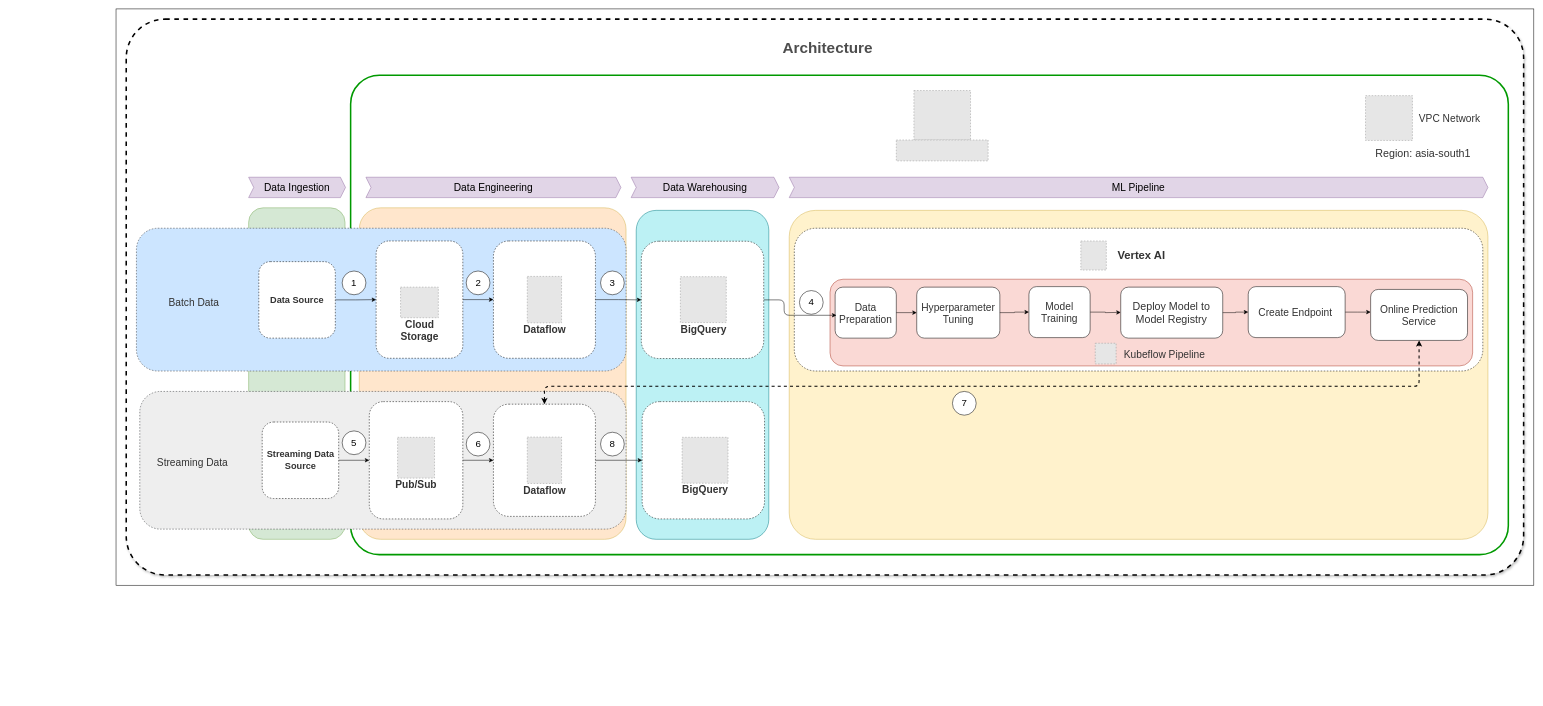
Above: ML Ops Architecture.drawio in adityasolanki205/Architecture_diagrams (draw.io), before the change. Source tidied: cells renumbered, new cells numbered last; positions are measured from the earlier drawing's top-left corner, leaving out a move shared by most shapes. Both pictures are drawn from the tidied source at 51%, with x=0, y=0 at pixel (116, 9). Pictures stored in the file or linked from it are replaced by grey dashed boxes.
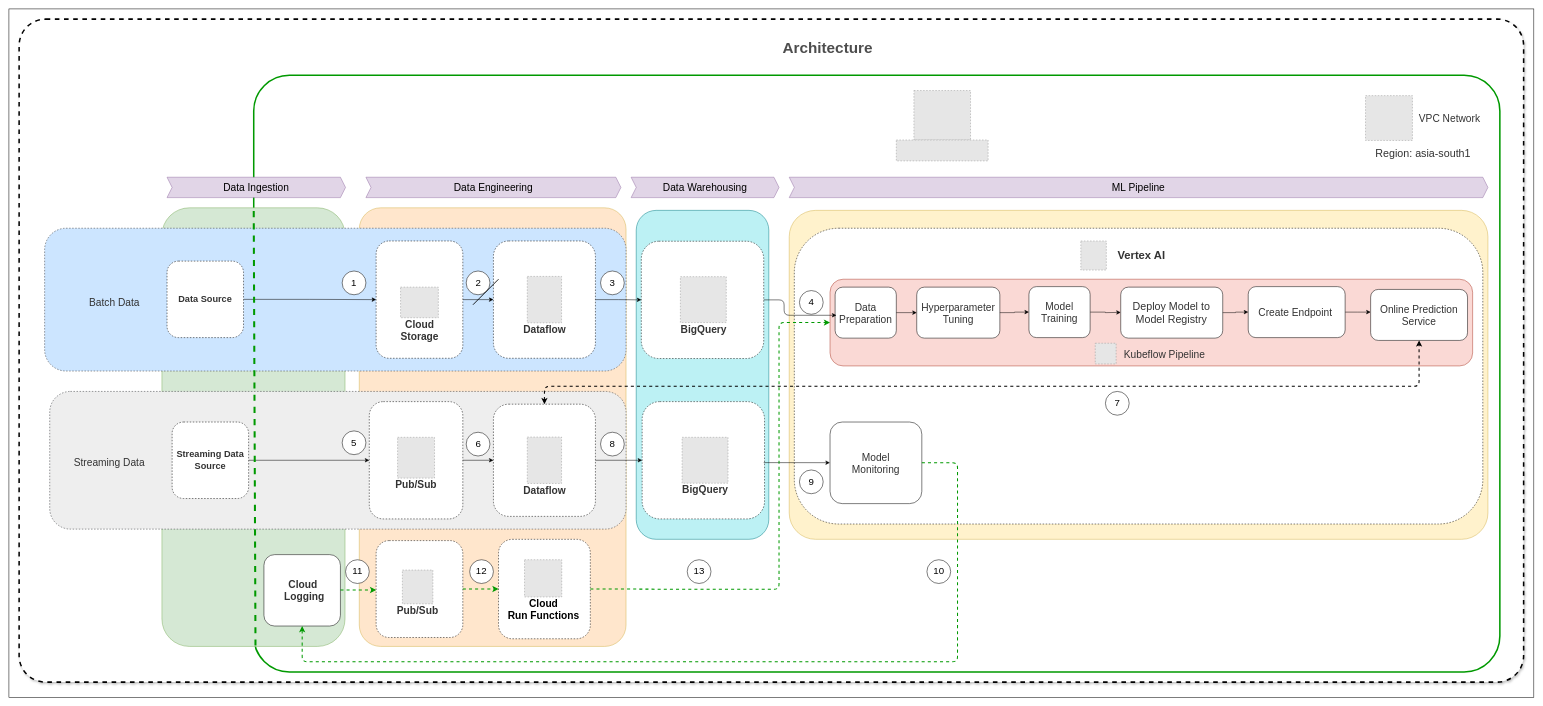
The same page after the edit.

The change refers to these unchanged cells:
```xml
<mxCell id="25" style="rounded=1;whiteSpace=wrap;html=1;fillColor=#fad9d5;strokeColor=#ae4132;" parent="1" vertex="1">
  <mxGeometry x="1400" y="530" width="1260" height="170" as="geometry" />
</mxCell>
```

What changed in the source:
```diff
@@
     <mxCell id="2" style="rounded=0;whiteSpace=wrap;html=1;" parent="1" vertex="1">
-      <mxGeometry width="2780" height="1130" as="geometry" />
+      <mxGeometry x="-210" width="2990" height="1350" as="geometry" />
     </mxCell>
-    <mxCell id="3" style="rounded=1;whiteSpace=wrap;html=1;arcSize=7;dashed=1;glass=0;shadow=1;strokeWidth=3;" parent="1" vertex="1">
-      <mxGeometry x="20" y="20" width="2740" height="1090" as="geometry" />
+    <mxCell id="3" style="rounded=1;whiteSpace=wrap;html=1;arcSize=4;dashed=1;glass=0;shadow=1;strokeWidth=3;" parent="1" vertex="1">
+      <mxGeometry x="-190" y="20" width="2950" height="1300" as="geometry" />
     </mxCell>
     <mxCell id="4" style="rounded=1;whiteSpace=wrap;html=1;labelBackgroundColor=none;strokeColor=#009900;arcSize=6;strokeWidth=3;" parent="1" vertex="1">
-      <mxGeometry x="460" y="130" width="2270" height="940" as="geometry" />
+      <mxGeometry x="270" y="130" width="2443.4" height="1170" as="geometry" />
     </mxCell>
     <mxCell id="5" style="rounded=1;whiteSpace=wrap;html=1;fillColor=#FFE6CC;strokeColor=#d6b656;arcSize=8;" parent="1" vertex="1">
-      <mxGeometry x="477" y="390" width="523" height="650" as="geometry" />
+      <mxGeometry x="477" y="390" width="523" height="860" as="geometry" />
     </mxCell>
     <mxCell id="6" style="rounded=1;whiteSpace=wrap;html=1;fillColor=#d5e8d4;strokeColor=#82b366;" parent="1" vertex="1">
-      <mxGeometry x="260" y="390" width="189" height="650" as="geometry" />
+      <mxGeometry x="90" y="390" width="359" height="860" as="geometry" />
     </mxCell>
     <mxCell id="7" style="rounded=1;whiteSpace=wrap;html=1;dashed=1;fillColor=#cce5ff;strokeColor=#36393d;" parent="1" vertex="1">
-      <mxGeometry x="40" y="430" width="960" height="280" as="geometry" />
+      <mxGeometry x="-140" y="430" width="1140" height="280" as="geometry" />
     </mxCell>
@@
     <mxCell id="12" value="&lt;font style=&quot;font-size: 20px;&quot;&gt;Data Ingestion&lt;/font&gt;" style="shape=step;perimeter=stepPerimeter;whiteSpace=wrap;html=1;fixedSize=1;size=10;fillColor=#e1d5e7;strokeColor=#9673a6;" parent="1" vertex="1">
-      <mxGeometry x="260" y="330" width="190" height="40" as="geometry" />
+      <mxGeometry x="100" y="330" width="350" height="40" as="geometry" />
     </mxCell>
@@
     <mxCell id="14" value="&lt;font style=&quot;font-size: 18px; color: rgb(51, 51, 51);&quot;&gt;&lt;b&gt;Data Source&lt;/b&gt;&lt;/font&gt;" style="rounded=1;whiteSpace=wrap;html=1;dashed=1;" parent="1" vertex="1">
-      <mxGeometry x="280" y="495.5" width="150" height="150" as="geometry" />
+      <mxGeometry x="100" y="494.5" width="150" height="150" as="geometry" />
     </mxCell>
@@
     <mxCell id="18" style="rounded=1;whiteSpace=wrap;html=1;dashed=1;" parent="1" vertex="1">
-      <mxGeometry x="1330" y="430" width="1350" height="280" as="geometry" />
+      <mxGeometry x="1330" y="430" width="1350" height="580" as="geometry" />
     </mxCell>
@@
     <mxCell id="49" value="&lt;font style=&quot;font-size: 20px; color: rgb(51, 51, 51);&quot;&gt;Batch Data&lt;/font&gt;" style="text;html=1;align=center;verticalAlign=middle;whiteSpace=wrap;rounded=0;fontSize=17;fontColor=#666666;" parent="1" vertex="1">
-      <mxGeometry x="26.4" y="560.5" width="253.6" height="30" as="geometry" />
+      <mxGeometry x="-130" y="560.5" width="253.6" height="30" as="geometry" />
     </mxCell>
@@
     <mxCell id="53" style="rounded=1;whiteSpace=wrap;html=1;dashed=1;fillColor=#eeeeee;strokeColor=#36393d;" parent="1" vertex="1">
-      <mxGeometry x="46.6" y="750" width="953.4" height="270" as="geometry" />
+      <mxGeometry x="-130" y="750" width="1130" height="270" as="geometry" />
     </mxCell>
@@
     <mxCell id="55" value="&lt;font style=&quot;font-size: 18px; color: rgb(51, 51, 51);&quot;&gt;&lt;b&gt;Streaming Data Source&lt;/b&gt;&lt;/font&gt;" style="rounded=1;whiteSpace=wrap;html=1;dashed=1;" parent="1" vertex="1">
-      <mxGeometry x="286.6" y="810" width="150" height="150" as="geometry" />
+      <mxGeometry x="110" y="810" width="150" height="150" as="geometry" />
     </mxCell>
     <mxCell id="56" value="&lt;font style=&quot;font-size: 20px; color: rgb(51, 51, 51);&quot;&gt;Streaming Data&lt;/font&gt;" style="text;html=1;align=center;verticalAlign=middle;whiteSpace=wrap;rounded=0;fontSize=17;fontColor=#666666;" parent="1" vertex="1">
-      <mxGeometry x="23" y="874" width="253.6" height="30" as="geometry" />
+      <mxGeometry x="-140" y="874" width="253.6" height="30" as="geometry" />
     </mxCell>
@@
     <mxCell id="89" value="&lt;span style=&quot;font-size: 19px;&quot;&gt;7&lt;/span&gt;" style="ellipse;whiteSpace=wrap;html=1;" parent="1" vertex="1">
-      <mxGeometry x="1640" y="750" width="46.6" height="46.6" as="geometry" />
+      <mxGeometry x="1940" y="750" width="46.6" height="46.6" as="geometry" />
     </mxCell>
+    <mxCell id="90" style="group;dashed=1;" parent="1" vertex="1">
+      <mxGeometry x="1400" y="810" width="180" height="160" as="geometry" />
+    </mxCell>
+    <mxCell id="91" style="rounded=1;whiteSpace=wrap;html=1;" parent="90" vertex="1">
+      <mxGeometry width="180" height="160" as="geometry" />
+    </mxCell>
+    <mxCell id="92" value="&lt;font style=&quot;font-size: 20px; color: rgb(51, 51, 51);&quot;&gt;Model Monitoring&lt;/font&gt;" style="text;html=1;align=center;verticalAlign=middle;whiteSpace=wrap;rounded=0;fontColor=light-dark(#7F7F7F,#EDEDED);fontSize=16;fontStyle=0;" parent="90" vertex="1">
+      <mxGeometry x="15" y="49" width="150" height="62.5" as="geometry" />
+    </mxCell>
+    <mxCell id="93" style="endArrow=classic;html=1;rounded=0;exitX=0.994;exitY=0.554;exitDx=0;exitDy=0;exitPerimeter=0;entryX=-0.001;entryY=0.547;entryDx=0;entryDy=0;entryPerimeter=0;" parent="1" edge="1">
+      <mxGeometry relative="1" as="geometry">
+        <mxPoint x="1270" y="889.6" as="sourcePoint" />
+        <mxPoint x="1399.7" y="889.7" as="targetPoint" />
+      </mxGeometry>
+    </mxCell>
+    <mxCell id="94" style="group;dashed=1;" parent="1" vertex="1">
+      <mxGeometry x="290" y="1070" width="160" height="140" as="geometry" />
+    </mxCell>
+    <mxCell id="95" style="rounded=1;whiteSpace=wrap;html=1;" parent="94" vertex="1">
+      <mxGeometry width="150" height="140" as="geometry" />
+    </mxCell>
+    <mxCell id="96" value="&lt;font style=&quot;font-size: 20px; color: rgb(51, 51, 51);&quot;&gt;&lt;b&gt;Cloud&amp;nbsp;&lt;/b&gt;&lt;/font&gt;&lt;div&gt;&lt;font style=&quot;font-size: 20px; color: rgb(51, 51, 51);&quot;&gt;&lt;b&gt;Logging&lt;/b&gt;&lt;/font&gt;&lt;/div&gt;" style="text;html=1;align=center;verticalAlign=middle;whiteSpace=wrap;rounded=0;fontColor=light-dark(#7F7F7F,#EDEDED);fontSize=16;fontStyle=0;" parent="94" vertex="1">
+      <mxGeometry x="13.3" y="42.9" width="133.3" height="54.7" as="geometry" />
+    </mxCell>
+    <mxCell id="97" style="group;" parent="1" vertex="1">
+      <mxGeometry x="510" y="1042.5" width="170" height="190" as="geometry" />
+    </mxCell>
+    <mxCell id="98" style="rounded=1;whiteSpace=wrap;html=1;dashed=1;spacing=2;" parent="97" vertex="1">
+      <mxGeometry width="170" height="190" as="geometry" />
+    </mxCell>
+    <mxCell id="99" value="Pub/Sub" style="fillColor=#E6E6E6;strokeColor=#999999;dashed=1;html=1;verticalAlign=top;labelPosition=center;verticalLabelPosition=bottom;align=center;spacingTop=-6;fontSize=20;fontStyle=1;fontColor=#333333;" parent="97" vertex="1">
+      <mxGeometry x="51.5" y="57.8" width="59.8" height="66.1" as="geometry" />
+    </mxCell>
+    <mxCell id="100" style="rounded=1;whiteSpace=wrap;html=1;dashed=1;" parent="1" vertex="1">
+      <mxGeometry x="750" y="1040" width="180" height="195" as="geometry" />
+    </mxCell>
+    <mxCell id="101" style="endArrow=classic;html=1;rounded=1;exitX=1;exitY=0.5;exitDx=0;exitDy=0;entryX=0;entryY=0.5;entryDx=0;entryDy=0;dashed=1;strokeWidth=2;strokeColor=#009900;curved=0;" parent="1" edge="1" source="100" target="25">
+      <mxGeometry relative="1" as="geometry">
+        <Array as="points">
+          <mxPoint x="1300" y="1138" />
+          <mxPoint x="1300" y="615" />
+        </Array>
+      </mxGeometry>
+    </mxCell>
+    <mxCell id="102" value="&lt;font style=&quot;font-size: 20px; color: rgb(0, 0, 0);&quot;&gt;Cloud&lt;br&gt;Run Functions&lt;/font&gt;" style="fillColor=#E6E6E6;strokeColor=#999999;dashed=1;html=1;verticalAlign=top;labelPosition=center;verticalLabelPosition=bottom;align=center;spacingTop=-6;fontSize=11;fontStyle=1;fontColor=#999999;" parent="1" vertex="1">
+      <mxGeometry x="801" y="1080" width="73" height="73" as="geometry" />
+    </mxCell>
+    <mxCell id="103" style="endArrow=none;html=1;rounded=0;" parent="1" edge="1">
+      <mxGeometry relative="1" as="geometry">
+        <mxPoint x="700" y="580" as="sourcePoint" />
+        <mxPoint x="750" y="530" as="targetPoint" />
+      </mxGeometry>
+    </mxCell>
+    <mxCell id="104" style="endArrow=none;html=1;rounded=0;" parent="1" edge="1">
+      <mxGeometry relative="1" as="geometry">
+        <mxPoint x="700" y="580" as="sourcePoint" />
+        <mxPoint x="750" y="530" as="targetPoint" />
+      </mxGeometry>
+    </mxCell>
+    <mxCell id="105" style="endArrow=classic;html=1;rounded=1;dashed=1;strokeColor=#009900;strokeWidth=2;curved=0;" parent="1" edge="1">
+      <mxGeometry relative="1" as="geometry">
+        <mxPoint x="1580" y="890" as="sourcePoint" />
+        <mxPoint x="365" y="1210" as="targetPoint" />
+        <Array as="points">
+          <mxPoint x="1650" y="890" />
+          <mxPoint x="1650" y="1280" />
+          <mxPoint x="365" y="1280" />
+        </Array>
+      </mxGeometry>
+    </mxCell>
+    <mxCell id="106" style="endArrow=classic;html=1;rounded=0;entryX=0;entryY=0.5;entryDx=0;entryDy=0;exitX=1;exitY=0.5;exitDx=0;exitDy=0;dashed=1;strokeColor=#009900;strokeWidth=2;" parent="1" edge="1" source="98" target="100">
+      <mxGeometry relative="1" as="geometry" />
+    </mxCell>
+    <mxCell id="107" style="endArrow=classic;html=1;rounded=0;entryX=0;entryY=0.5;entryDx=0;entryDy=0;exitX=1;exitY=0.5;exitDx=0;exitDy=0;dashed=1;strokeColor=#009900;strokeWidth=2;" parent="1" edge="1">
+      <mxGeometry relative="1" as="geometry">
+        <mxPoint x="440" y="1139.4" as="sourcePoint" />
+        <mxPoint x="510" y="1139.4" as="targetPoint" />
+      </mxGeometry>
+    </mxCell>
+    <mxCell id="108" value="&lt;span style=&quot;font-size: 19px;&quot;&gt;9&lt;/span&gt;" style="ellipse;whiteSpace=wrap;html=1;" parent="1" vertex="1">
+      <mxGeometry x="1340" y="904" width="46.6" height="46.6" as="geometry" />
+    </mxCell>
+    <mxCell id="109" value="&lt;span style=&quot;font-size: 19px;&quot;&gt;10&lt;/span&gt;" style="ellipse;whiteSpace=wrap;html=1;" parent="1" vertex="1">
+      <mxGeometry x="1590" y="1080" width="46.6" height="46.6" as="geometry" />
+    </mxCell>
+    <mxCell id="110" value="&lt;span style=&quot;font-size: 19px;&quot;&gt;11&lt;/span&gt;" style="ellipse;whiteSpace=wrap;html=1;" parent="1" vertex="1">
+      <mxGeometry x="450" y="1080" width="46.6" height="46.6" as="geometry" />
+    </mxCell>
+    <mxCell id="111" value="&lt;span style=&quot;font-size: 19px;&quot;&gt;12&lt;/span&gt;" style="ellipse;whiteSpace=wrap;html=1;" parent="1" vertex="1">
+      <mxGeometry x="693.4" y="1080" width="46.6" height="46.6" as="geometry" />
+    </mxCell>
+    <mxCell id="112" value="&lt;span style=&quot;font-size: 19px;&quot;&gt;13&lt;/span&gt;" style="ellipse;whiteSpace=wrap;html=1;" parent="1" vertex="1">
+      <mxGeometry x="1120" y="1080" width="46.6" height="46.6" as="geometry" />
+    </mxCell>
+    <mxCell id="113" style="endArrow=none;html=1;rounded=0;exitX=0.511;exitY=0.998;exitDx=0;exitDy=0;strokeWidth=4;strokeColor=#009900;dashed=1;exitPerimeter=0;" parent="1" edge="1" source="6">
+      <mxGeometry relative="1" as="geometry">
+        <mxPoint x="270" y="390" as="targetPoint" />
+      </mxGeometry>
+    </mxCell>
```
